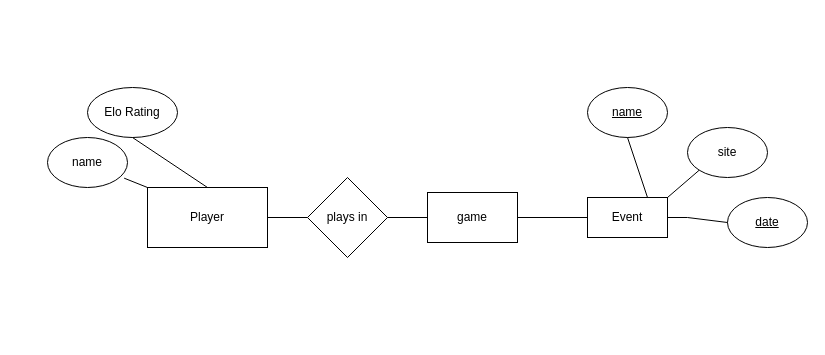
Branden-Frieden/MSD keeps this draw.io diagram as CS6016/Untitled Diagram.drawio. Above is the earlier version. Source tidied: cells renumbered, new cells numbered last; positions are measured from the earlier drawing's top-left corner, leaving out a move shared by most shapes. Both pictures are drawn from the tidied source at 100%, with x=0, y=0 at pixel (47, 87).
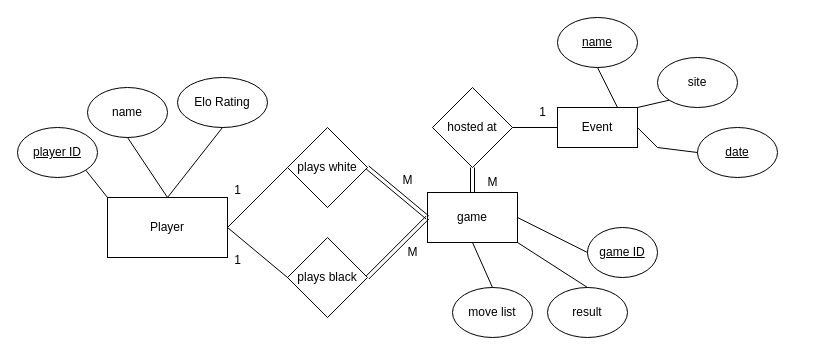
The same page after the edit.

The change refers to these unchanged cells:
```xml
<mxCell id="16" value="game" style="rounded=0;whiteSpace=wrap;html=1;" parent="1" vertex="1">
  <mxGeometry x="380" y="105" width="90" height="50" as="geometry" />
</mxCell>
```

The edit, as a diff of the source:
```diff
@@
     <mxCell id="2" value="Player" style="rounded=0;whiteSpace=wrap;html=1;" parent="1" vertex="1">
-      <mxGeometry x="100" y="100" width="120" height="60" as="geometry" />
+      <mxGeometry x="60" y="110" width="120" height="60" as="geometry" />
     </mxCell>
     <mxCell id="3" value="Elo Rating" style="ellipse;whiteSpace=wrap;html=1;" parent="1" vertex="1">
-      <mxGeometry x="40" width="90" height="50" as="geometry" />
+      <mxGeometry x="130" y="-10" width="90" height="50" as="geometry" />
     </mxCell>
     <mxCell id="4" value="name" style="ellipse;whiteSpace=wrap;html=1;" parent="1" vertex="1">
-      <mxGeometry y="50" width="80" height="50" as="geometry" />
+      <mxGeometry x="40" width="80" height="50" as="geometry" />
     </mxCell>
-    <mxCell id="5" style="endArrow=none;html=1;rounded=0;exitX=0;exitY=0;exitDx=0;exitDy=0;entryX=0.958;entryY=0.813;entryDx=0;entryDy=0;entryPerimeter=0;" parent="1" edge="1" source="2" target="4">
+    <mxCell id="5" style="endArrow=none;html=1;rounded=0;exitX=0.5;exitY=0;exitDx=0;exitDy=0;entryX=0.5;entryY=1;entryDx=0;entryDy=0;" parent="1" edge="1" source="2" target="4">
       <mxGeometry relative="1" as="geometry" />
     </mxCell>
@@
-    <mxCell id="7" value="plays in" style="rhombus;whiteSpace=wrap;html=1;" parent="1" vertex="1">
-      <mxGeometry x="260" y="90" width="80" height="80" as="geometry" />
+    <mxCell id="7" value="plays white" style="rhombus;whiteSpace=wrap;html=1;" parent="1" vertex="1">
+      <mxGeometry x="240" y="40" width="80" height="80" as="geometry" />
     </mxCell>
-    <mxCell id="8" style="endArrow=none;html=1;rounded=0;exitX=1;exitY=0.5;exitDx=0;exitDy=0;" parent="1" edge="1" source="2">
-      <mxGeometry relative="1" as="geometry">
-        <mxPoint x="260" y="130" as="targetPoint" />
-      </mxGeometry>
+    <mxCell id="8" style="endArrow=none;html=1;rounded=0;exitX=1;exitY=0.5;exitDx=0;exitDy=0;entryX=0;entryY=0.5;entryDx=0;entryDy=0;" parent="1" edge="1" source="2" target="7">
+      <mxGeometry relative="1" as="geometry" />
     </mxCell>
     <mxCell id="9" value="Event" style="rounded=0;whiteSpace=wrap;html=1;" parent="1" vertex="1">
-      <mxGeometry x="540" y="110" width="80" height="40" as="geometry" />
+      <mxGeometry x="510" y="20" width="80" height="40" as="geometry" />
     </mxCell>
     <mxCell id="10" value="&lt;u&gt;name&lt;/u&gt;" style="ellipse;whiteSpace=wrap;html=1;" parent="1" vertex="1">
-      <mxGeometry x="540" width="80" height="50" as="geometry" />
+      <mxGeometry x="510" y="-70" width="80" height="50" as="geometry" />
     </mxCell>
     <mxCell id="11" value="site" style="ellipse;whiteSpace=wrap;html=1;" parent="1" vertex="1">
-      <mxGeometry x="640" y="40" width="80" height="50" as="geometry" />
+      <mxGeometry x="610" y="-30" width="80" height="50" as="geometry" />
     </mxCell>
     <mxCell id="12" value="&lt;u&gt;date&lt;/u&gt;" style="ellipse;whiteSpace=wrap;html=1;" parent="1" vertex="1">
-      <mxGeometry x="680" y="110" width="80" height="50" as="geometry" />
+      <mxGeometry x="650" y="40" width="80" height="50" as="geometry" />
     </mxCell>
     <mxCell id="13" style="endArrow=none;html=1;rounded=0;entryX=0;entryY=0.5;entryDx=0;entryDy=0;exitX=1;exitY=0.5;exitDx=0;exitDy=0;" parent="1" edge="1" source="9" target="12">
       <mxGeometry relative="1" as="geometry">
         <Array as="points">
-          <mxPoint x="640" y="130" />
+          <mxPoint x="610" y="60" />
         </Array>
       </mxGeometry>
     </mxCell>
@@
+    <mxCell id="19" value="hosted at" style="rhombus;whiteSpace=wrap;html=1;" parent="1" vertex="1">
+      <mxGeometry x="385" width="80" height="80" as="geometry" />
+    </mxCell>
+    <mxCell id="20" style="endArrow=none;html=1;rounded=0;entryX=0;entryY=0.5;entryDx=0;entryDy=0;exitX=1;exitY=0.5;exitDx=0;exitDy=0;" parent="1" edge="1" source="19" target="9">
+      <mxGeometry relative="1" as="geometry" />
+    </mxCell>
+    <mxCell id="21" value="M" style="text;html=1;align=center;verticalAlign=middle;strokeColor=none;fillColor=none;" parent="1" vertex="1">
+      <mxGeometry x="430" y="80" width="30" height="30" as="geometry" />
+    </mxCell>
+    <mxCell id="22" value="1" style="text;html=1;align=center;verticalAlign=middle;strokeColor=none;fillColor=none;" parent="1" vertex="1">
+      <mxGeometry x="480" y="10" width="30" height="30" as="geometry" />
+    </mxCell>
+    <mxCell id="23" value="result" style="ellipse;whiteSpace=wrap;html=1;" parent="1" vertex="1">
+      <mxGeometry x="500" y="200" width="80" height="50" as="geometry" />
+    </mxCell>
+    <mxCell id="24" value="move list" style="ellipse;whiteSpace=wrap;html=1;" parent="1" vertex="1">
+      <mxGeometry x="405" y="200" width="80" height="50" as="geometry" />
+    </mxCell>
+    <mxCell id="25" value="plays black" style="rhombus;whiteSpace=wrap;html=1;" parent="1" vertex="1">
+      <mxGeometry x="240" y="150" width="80" height="80" as="geometry" />
+    </mxCell>
+    <mxCell id="26" style="endArrow=none;html=1;rounded=0;entryX=0;entryY=0.5;entryDx=0;entryDy=0;exitX=1;exitY=0.5;exitDx=0;exitDy=0;" parent="1" edge="1" source="2" target="25">
+      <mxGeometry relative="1" as="geometry" />
+    </mxCell>
+    <mxCell id="27" value="&lt;u&gt;player ID&lt;/u&gt;" style="ellipse;whiteSpace=wrap;html=1;" parent="1" vertex="1">
+      <mxGeometry x="-30" y="40" width="80" height="50" as="geometry" />
+    </mxCell>
+    <mxCell id="28" style="endArrow=none;html=1;rounded=0;exitX=1;exitY=1;exitDx=0;exitDy=0;entryX=0;entryY=0;entryDx=0;entryDy=0;" parent="1" edge="1" source="27" target="2">
+      <mxGeometry relative="1" as="geometry" />
+    </mxCell>
+    <mxCell id="29" style="endArrow=none;html=1;rounded=0;exitX=0.5;exitY=0;exitDx=0;exitDy=0;entryX=0.5;entryY=1;entryDx=0;entryDy=0;" parent="1" edge="1" source="24" target="16">
+      <mxGeometry relative="1" as="geometry" />
+    </mxCell>
+    <mxCell id="30" style="endArrow=none;html=1;rounded=0;entryX=1;entryY=1;entryDx=0;entryDy=0;exitX=0.5;exitY=0;exitDx=0;exitDy=0;" parent="1" edge="1" source="23" target="16">
+      <mxGeometry relative="1" as="geometry" />
+    </mxCell>
+    <mxCell id="31" value="&lt;u&gt;game ID&lt;/u&gt;" style="ellipse;whiteSpace=wrap;html=1;" parent="1" vertex="1">
+      <mxGeometry x="540" y="140" width="70" height="50" as="geometry" />
+    </mxCell>
+    <mxCell id="32" style="endArrow=none;html=1;rounded=0;entryX=0;entryY=0.5;entryDx=0;entryDy=0;exitX=1;exitY=0.5;exitDx=0;exitDy=0;" parent="1" edge="1" source="16" target="31">
+      <mxGeometry relative="1" as="geometry" />
+    </mxCell>
+    <mxCell id="33" value="1" style="text;html=1;align=center;verticalAlign=middle;strokeColor=none;fillColor=none;" parent="1" vertex="1">
+      <mxGeometry x="175" y="158" width="30" height="30" as="geometry" />
+    </mxCell>
+    <mxCell id="34" value="1" style="text;html=1;align=center;verticalAlign=middle;strokeColor=none;fillColor=none;" parent="1" vertex="1">
+      <mxGeometry x="175" y="88" width="30" height="30" as="geometry" />
+    </mxCell>
+    <mxCell id="35" value="M" style="text;html=1;align=center;verticalAlign=middle;strokeColor=none;fillColor=none;" parent="1" vertex="1">
+      <mxGeometry x="345" y="78" width="30" height="30" as="geometry" />
+    </mxCell>
+    <mxCell id="36" value="M" style="text;html=1;align=center;verticalAlign=middle;strokeColor=none;fillColor=none;" parent="1" vertex="1">
+      <mxGeometry x="350" y="150" width="30" height="30" as="geometry" />
+    </mxCell>
+    <mxCell id="37" style="shape=link;html=1;rounded=0;entryX=0;entryY=0.5;entryDx=0;entryDy=0;exitX=1;exitY=0.5;exitDx=0;exitDy=0;" parent="1" edge="1" source="25" target="16">
+      <mxGeometry relative="1" as="geometry" />
+    </mxCell>
+    <mxCell id="38" style="shape=link;html=1;rounded=0;exitX=0.5;exitY=1;exitDx=0;exitDy=0;entryX=0.5;entryY=0;entryDx=0;entryDy=0;" parent="1" edge="1" source="19" target="16">
+      <mxGeometry relative="1" as="geometry" />
+    </mxCell>
-    <mxCell id="17" style="endArrow=none;html=1;rounded=0;entryX=0;entryY=0.5;entryDx=0;entryDy=0;exitX=1;exitY=0.5;exitDx=0;exitDy=0;" parent="1" edge="1" source="7" target="16">
+    <mxCell id="17" style="shape=link;html=1;rounded=0;entryX=0;entryY=0.5;entryDx=0;entryDy=0;exitX=1;exitY=0.5;exitDx=0;exitDy=0;" parent="1" edge="1" source="7" target="16">
       <mxGeometry relative="1" as="geometry" />
     </mxCell>
-    <mxCell id="18" style="endArrow=none;html=1;rounded=0;entryX=0;entryY=0.5;entryDx=0;entryDy=0;exitX=1;exitY=0.5;exitDx=0;exitDy=0;" parent="1" edge="1" source="16" target="9">
-      <mxGeometry relative="1" as="geometry" />
-    </mxCell>
```
